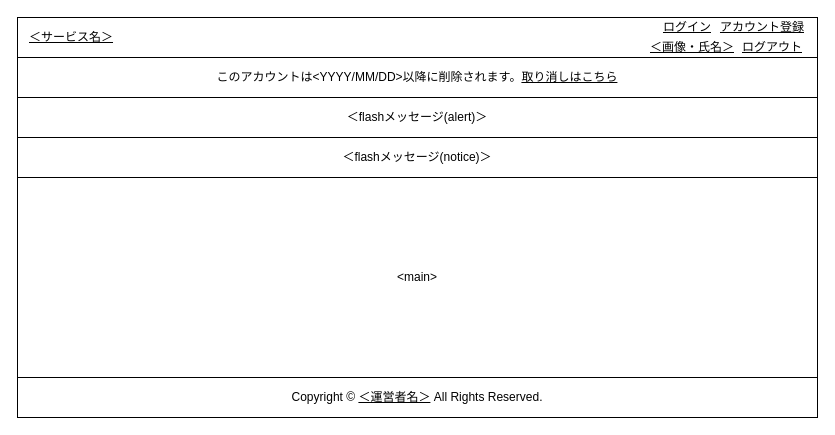
Earlier version of the draw.io diagram 設計/画面設計/レイアウト.drawio (nightonlypj/rails-app-origin). Source tidied: cells renumbered, new cells numbered last; positions are measured from the earlier drawing's top-left corner, leaving out a move shared by most shapes. Both pictures are drawn from the tidied source at 100%, with x=0, y=0 at pixel (17, 17).
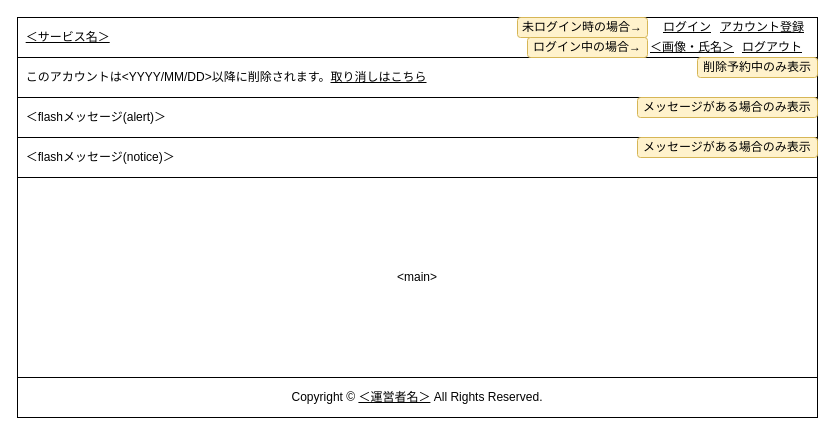
The same diagram, later.

Change to the diagram source:
```diff
@@
 <mxGraphModel>
   <root>
     <mxCell id="0" />
     <mxCell id="1" parent="0" />
-    <mxCell id="2" style="rounded=0;whiteSpace=wrap;html=1;fillColor=none;" parent="1" vertex="1">
+    <mxCell id="2" value="&amp;nbsp;&amp;nbsp;&lt;u&gt;＜サービス名＞&lt;/u&gt;" style="rounded=0;whiteSpace=wrap;html=1;fillColor=none;align=left;" parent="1" vertex="1">
       <mxGeometry width="800" height="40" as="geometry" />
     </mxCell>
-    <mxCell id="3" value="&lt;u&gt;＜サービス名＞&lt;/u&gt;" style="text;html=1;strokeColor=none;fillColor=none;align=left;verticalAlign=middle;whiteSpace=wrap;rounded=0;" parent="1" vertex="1">
-      <mxGeometry x="10" y="10" width="90" height="20" as="geometry" />
-    </mxCell>
     <mxCell id="4" value="ログイン" style="text;html=1;strokeColor=none;fillColor=none;align=center;verticalAlign=middle;whiteSpace=wrap;rounded=0;fontStyle=4;" parent="1" vertex="1">
       <mxGeometry x="640" width="60" height="20" as="geometry" />
     </mxCell>
     <mxCell id="5" value="アカウント登録" style="text;html=1;strokeColor=none;fillColor=none;align=center;verticalAlign=middle;whiteSpace=wrap;rounded=0;fontStyle=4;" parent="1" vertex="1">
       <mxGeometry x="700" width="90" height="20" as="geometry" />
     </mxCell>
     <mxCell id="6" value="ログアウト" style="text;html=1;strokeColor=none;fillColor=none;align=center;verticalAlign=middle;whiteSpace=wrap;rounded=0;fontStyle=4;" parent="1" vertex="1">
       <mxGeometry x="720" y="20" width="70" height="20" as="geometry" />
     </mxCell>
     <mxCell id="7" value="＜画像・氏名＞" style="text;html=1;strokeColor=none;fillColor=none;align=center;verticalAlign=middle;whiteSpace=wrap;rounded=0;fontStyle=4;" parent="1" vertex="1">
       <mxGeometry x="630" y="20" width="90" height="20" as="geometry" />
     </mxCell>
     <mxCell id="8" value="&amp;lt;main&amp;gt;" style="rounded=0;whiteSpace=wrap;html=1;fillColor=none;" parent="1" vertex="1">
       <mxGeometry y="160" width="800" height="200" as="geometry" />
     </mxCell>
     <mxCell id="9" value="&lt;span&gt;Copyright ©&amp;nbsp;&lt;/span&gt;&lt;u&gt;＜運営者名＞&lt;/u&gt;&lt;span&gt;&amp;nbsp;All Rights Reserved.&lt;/span&gt;" style="rounded=0;whiteSpace=wrap;html=1;fillColor=none;" parent="1" vertex="1">
       <mxGeometry y="360" width="800" height="40" as="geometry" />
     </mxCell>
-    <mxCell id="10" value="このアカウントは&amp;lt;YYYY/MM/DD&amp;gt;以降に削除されます。&lt;u&gt;取り消しはこちら&lt;/u&gt;" style="rounded=0;whiteSpace=wrap;html=1;fillColor=none;" parent="1" vertex="1">
+    <mxCell id="10" value="&amp;nbsp; このアカウントは&amp;lt;YYYY/MM/DD&amp;gt;以降に削除されます。&lt;u&gt;取り消しはこちら&lt;/u&gt;" style="rounded=0;whiteSpace=wrap;html=1;fillColor=none;align=left;" parent="1" vertex="1">
       <mxGeometry y="40" width="800" height="40" as="geometry" />
     </mxCell>
-    <mxCell id="11" value="＜flashメッセージ(alert)＞" style="rounded=0;whiteSpace=wrap;html=1;fillColor=none;" parent="1" vertex="1">
+    <mxCell id="11" value="&amp;nbsp; ＜flashメッセージ(alert)＞" style="rounded=0;whiteSpace=wrap;html=1;fillColor=none;align=left;" parent="1" vertex="1">
       <mxGeometry y="80" width="800" height="40" as="geometry" />
     </mxCell>
-    <mxCell id="12" value="＜flashメッセージ(notice)＞" style="rounded=0;whiteSpace=wrap;html=1;fillColor=none;" parent="1" vertex="1">
+    <mxCell id="12" value="&amp;nbsp; ＜flashメッセージ(notice)＞" style="rounded=0;whiteSpace=wrap;html=1;fillColor=none;align=left;" parent="1" vertex="1">
       <mxGeometry y="120" width="800" height="40" as="geometry" />
     </mxCell>
+    <mxCell id="13" value="未ログイン時の場合→" style="rounded=1;whiteSpace=wrap;html=1;fillColor=#fff2cc;strokeColor=#d6b656;" parent="1" vertex="1">
+      <mxGeometry x="500" width="130" height="20" as="geometry" />
+    </mxCell>
+    <mxCell id="14" value="ログイン中の場合→" style="rounded=1;whiteSpace=wrap;html=1;fillColor=#fff2cc;strokeColor=#d6b656;" parent="1" vertex="1">
+      <mxGeometry x="510" y="20" width="120" height="20" as="geometry" />
+    </mxCell>
+    <mxCell id="15" value="削除予約中のみ表示" style="rounded=1;whiteSpace=wrap;html=1;fillColor=#fff2cc;strokeColor=#d6b656;" parent="1" vertex="1">
+      <mxGeometry x="680" y="40" width="120" height="20" as="geometry" />
+    </mxCell>
+    <mxCell id="16" value="メッセージがある場合のみ表示" style="rounded=1;whiteSpace=wrap;html=1;fillColor=#fff2cc;strokeColor=#d6b656;" parent="1" vertex="1">
+      <mxGeometry x="620" y="80" width="180" height="20" as="geometry" />
+    </mxCell>
+    <mxCell id="17" value="メッセージがある場合のみ表示" style="rounded=1;whiteSpace=wrap;html=1;fillColor=#fff2cc;strokeColor=#d6b656;" parent="1" vertex="1">
+      <mxGeometry x="620" y="120" width="180" height="20" as="geometry" />
+    </mxCell>
   </root>
 </mxGraphModel>
```
